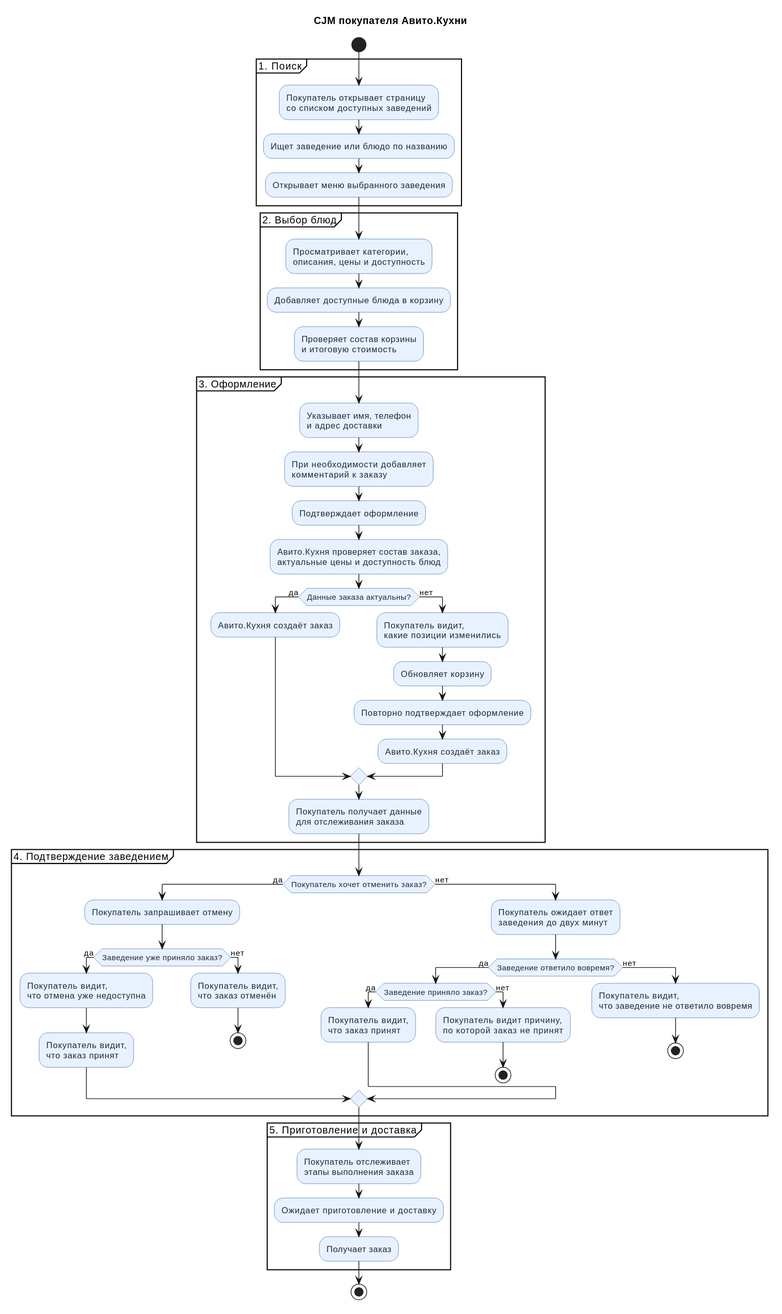
DevDashkovsky/kitchen-avito keeps this PlantUML diagram as docs/diagrams/customer-cjm.svg. Above is the earlier version. Its diagram source:
```plantuml
@startuml
title CJM покупателя Авито.Кухни

skinparam backgroundColor #FFFFFF
skinparam activity {
  BackgroundColor #E8F1FF
  BorderColor #3567A8
  FontColor #1F2937
}

start

partition "1. Поиск" {
  :Покупатель открывает страницу
  со списком доступных заведений;
  :Ищет заведение или блюдо по названию;
  :Открывает меню выбранного заведения;
}

partition "2. Выбор блюд" {
  :Просматривает категории,
  описания, цены и доступность;
  :Добавляет доступные блюда в корзину;
  :Проверяет состав корзины
  и итоговую стоимость;
}

partition "3. Оформление" {
  :Указывает имя, телефон
  и адрес доставки;
  :При необходимости добавляет
  комментарий к заказу;
  :Подтверждает оформление;
  :Авито.Кухня проверяет состав заказа,
  актуальные цены и доступность блюд;

  if (Данные заказа актуальны?) then (да)
    :Авито.Кухня создаёт заказ;
  else (нет)
    :Покупатель видит,
    какие позиции изменились;
    :Обновляет корзину;
    :Повторно подтверждает оформление;
    :Авито.Кухня создаёт заказ;
  endif

  :Покупатель получает данные
  для отслеживания заказа;
}

partition "4. Подтверждение заведением" {
  if (Покупатель хочет отменить заказ?) then (да)
    :Покупатель запрашивает отмену;

    if (Заведение уже приняло заказ?) then (да)
      :Покупатель видит,
      что отмена уже недоступна;
      :Покупатель видит,
      что заказ принят;
    else (нет)
      :Покупатель видит,
      что заказ отменён;
      stop
    endif
  else (нет)
    :Покупатель ожидает ответ
    заведения до двух минут;

    if (Заведение ответило вовремя?) then (да)
      if (Заведение приняло заказ?) then (да)
        :Покупатель видит,
        что заказ принят;
      else (нет)
        :Покупатель видит причину,
        по которой заказ не принят;
        stop
      endif
    else (нет)
      :Покупатель видит,
      что заведение не ответило вовремя;
      stop
    endif
  endif
}

partition "5. Приготовление и доставка" {
  :Покупатель отслеживает
  этапы выполнения заказа;
  :Ожидает приготовление и доставку;
  :Получает заказ;
}

stop
@enduml
```
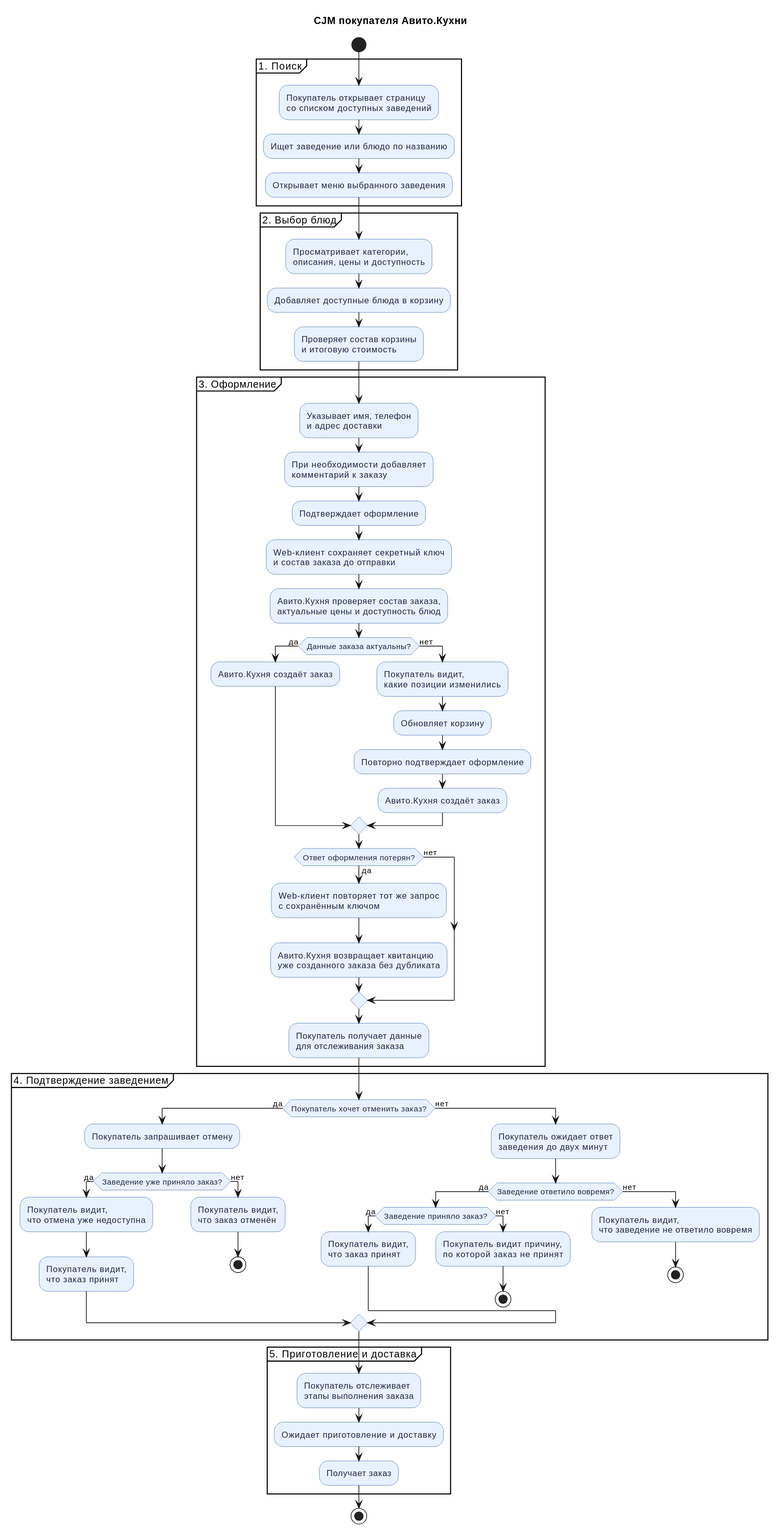
Above is the later version.

What changed in the source:
```diff
@@ -31,6 +31,8 @@
   :При необходимости добавляет
   комментарий к заказу;
   :Подтверждает оформление;
+  :Web-клиент сохраняет секретный ключ
+  и состав заказа до отправки;
   :Авито.Кухня проверяет состав заказа,
   актуальные цены и доступность блюд;
 
@@ -44,6 +46,13 @@
     :Авито.Кухня создаёт заказ;
   endif
 
+  if (Ответ оформления потерян?) then (да)
+    :Web-клиент повторяет тот же запрос
+    с сохранённым ключом;
+    :Авито.Кухня возвращает квитанцию
+    уже созданного заказа без дубликата;
+  else (нет)
+  endif
   :Покупатель получает данные
   для отслеживания заказа;
 }
```
